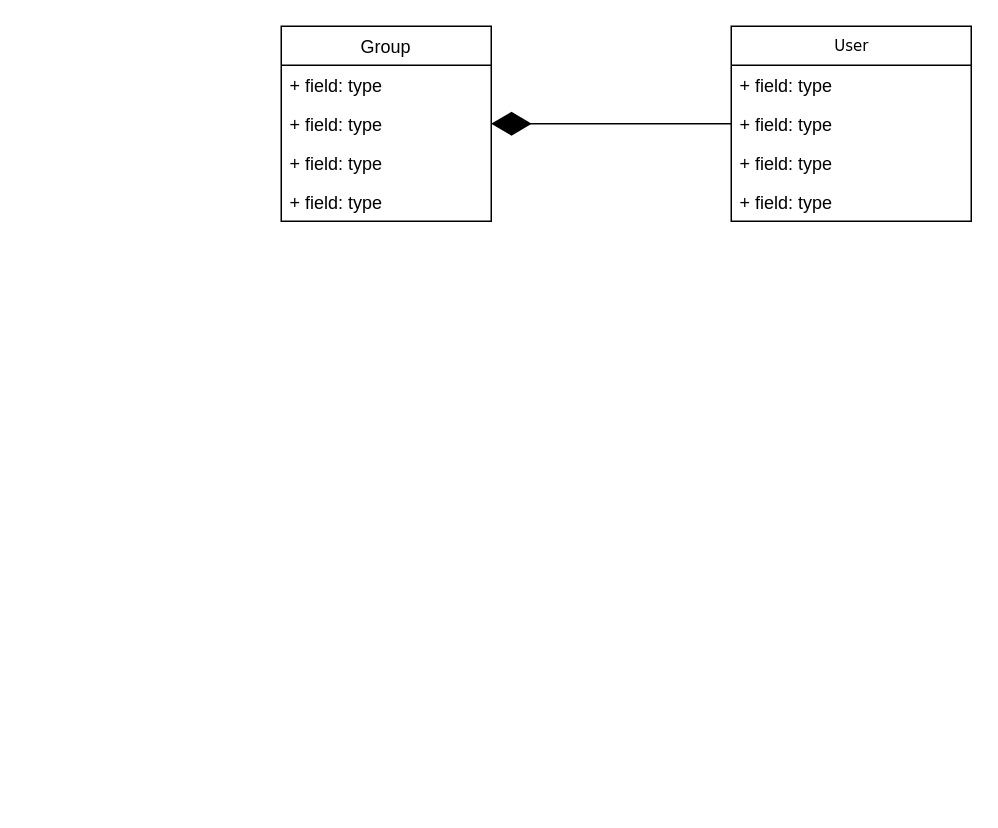
Before: main.drawio in HostYourMusic/documentation, a draw.io diagram. Source tidied: cells renumbered, new cells numbered last; positions are measured from the earlier drawing's top-left corner, leaving out a move shared by most shapes. Both pictures are drawn from the tidied source at 150%, with x=0, y=0 at pixel (280, 26).
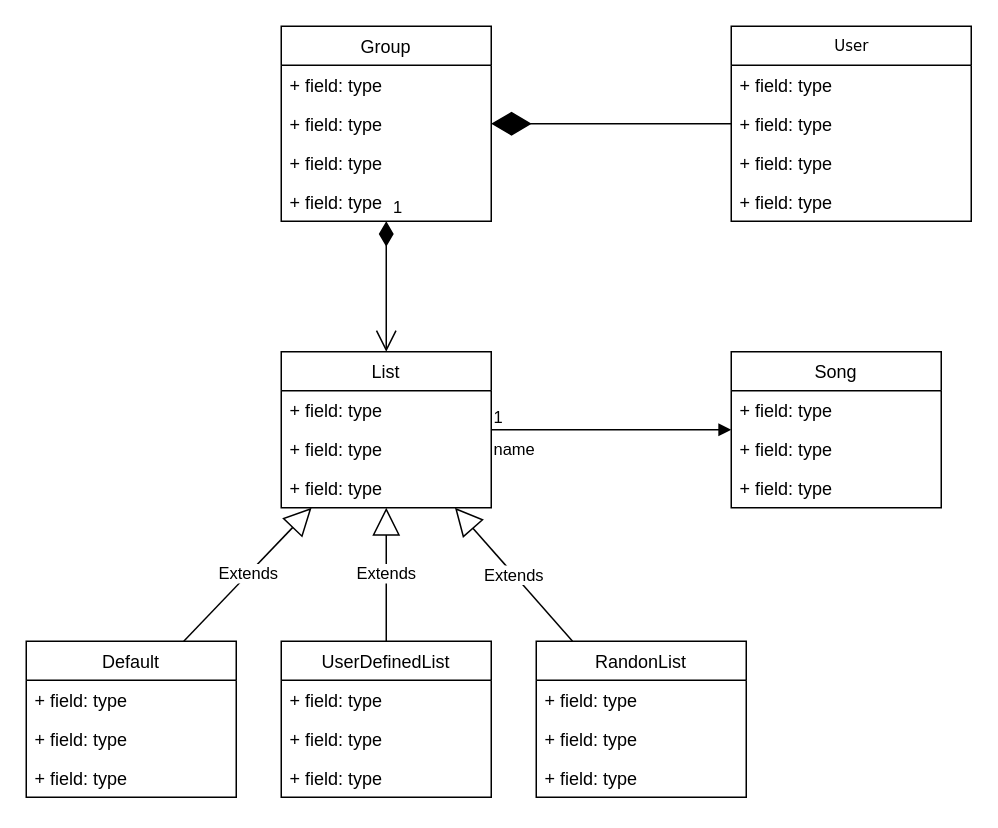
The same diagram, later.

Unchanged cells that the change refers to:
```xml
<mxCell id="2" value="Group" style="swimlane;fontStyle=0;horizontal=1;startSize=26;fillColor=none;" parent="1" vertex="1">
  <mxGeometry width="140" height="130" as="geometry" />
</mxCell>
<mxCell id="6" value="+ field: type" style="text;strokeColor=none;fillColor=none;align=left;verticalAlign=top;spacingLeft=4;spacingRight=4;overflow=hidden;points=[[0,0.5],[1,0.5]];portConstraint=eastwest;" parent="2" vertex="1">
  <mxGeometry y="104" width="140" height="26" as="geometry" />
</mxCell>
<mxCell id="7" value="User" style="swimlane;html=1;fontStyle=0;horizontal=1;startSize=26;fillColor=none;swimlaneFillColor=#ffffff;rounded=0;shadow=0;comic=0;labelBackgroundColor=none;strokeWidth=1;fontFamily=Verdana;fontSize=10;align=center;" parent="1" vertex="1">
  <mxGeometry x="300" width="160" height="130" as="geometry" />
</mxCell>
```

The edit, as a diff of the source:
```diff
@@
+    <mxCell id="12" style="endArrow=diamondThin;endFill=1;endSize=24;html=1;" parent="1" edge="1" source="7" target="2">
+      <mxGeometry relative="1" as="geometry" />
+    </mxCell>
+    <mxCell id="13" value="1" style="endArrow=open;html=1;endSize=12;startArrow=diamondThin;startSize=14;startFill=1;edgeStyle=orthogonalEdgeStyle;align=left;verticalAlign=bottom;" parent="1" edge="1" source="6" target="17">
+      <mxGeometry x="-1" y="3" relative="1" as="geometry">
+        <Array as="points">
+          <mxPoint x="70" y="174" />
+          <mxPoint x="70" y="174" />
+        </Array>
+      </mxGeometry>
+    </mxCell>
+    <mxCell id="14" value="name" style="endArrow=block;endFill=1;html=1;edgeStyle=orthogonalEdgeStyle;align=left;verticalAlign=top;" parent="1" edge="1" source="17" target="21">
+      <mxGeometry x="-1" relative="1" as="geometry" />
+    </mxCell>
+    <mxCell id="15" value="1" style="edgeLabel;html=1;align=left;verticalAlign=bottom;" parent="14" vertex="1">
+      <mxGeometry x="-1" relative="1" as="geometry" />
+    </mxCell>
+    <mxCell id="16" value="Extends" style="endArrow=block;endSize=16;endFill=0;html=1;exitX=0.75;exitY=0;exitDx=0;exitDy=0;" parent="1" edge="1" source="25" target="17">
+      <mxGeometry relative="1" as="geometry" />
+    </mxCell>
@@
-    <mxCell id="12" style="endArrow=diamondThin;endFill=1;endSize=24;html=1;" parent="1" edge="1" source="7" target="2">
-      <mxGeometry relative="1" as="geometry" />
-    </mxCell>
+    <mxCell id="17" value="List" style="swimlane;fontStyle=0;horizontal=1;startSize=26;fillColor=none;" parent="1" vertex="1">
+      <mxGeometry y="217" width="140" height="104" as="geometry" />
+    </mxCell>
+    <mxCell id="18" value="+ field: type" style="text;strokeColor=none;fillColor=none;align=left;verticalAlign=top;spacingLeft=4;spacingRight=4;overflow=hidden;" parent="17" vertex="1">
+      <mxGeometry y="26" width="140" height="26" as="geometry" />
+    </mxCell>
+    <mxCell id="19" value="+ field: type" style="text;strokeColor=none;fillColor=none;align=left;verticalAlign=top;spacingLeft=4;spacingRight=4;overflow=hidden;" parent="17" vertex="1">
+      <mxGeometry y="52" width="140" height="26" as="geometry" />
+    </mxCell>
+    <mxCell id="20" value="+ field: type" style="text;strokeColor=none;fillColor=none;align=left;verticalAlign=top;spacingLeft=4;spacingRight=4;overflow=hidden;" parent="17" vertex="1">
+      <mxGeometry y="78" width="140" height="26" as="geometry" />
+    </mxCell>
+    <mxCell id="21" value="Song" style="swimlane;fontStyle=0;horizontal=1;startSize=26;fillColor=none;" parent="1" vertex="1">
+      <mxGeometry x="300" y="217" width="140" height="104" as="geometry" />
+    </mxCell>
+    <mxCell id="22" value="+ field: type" style="text;strokeColor=none;fillColor=none;align=left;verticalAlign=top;spacingLeft=4;spacingRight=4;overflow=hidden;" parent="21" vertex="1">
+      <mxGeometry y="26" width="140" height="26" as="geometry" />
+    </mxCell>
+    <mxCell id="23" value="+ field: type" style="text;strokeColor=none;fillColor=none;align=left;verticalAlign=top;spacingLeft=4;spacingRight=4;overflow=hidden;" parent="21" vertex="1">
+      <mxGeometry y="52" width="140" height="26" as="geometry" />
+    </mxCell>
+    <mxCell id="24" value="+ field: type" style="text;strokeColor=none;fillColor=none;align=left;verticalAlign=top;spacingLeft=4;spacingRight=4;overflow=hidden;" parent="21" vertex="1">
+      <mxGeometry y="78" width="140" height="26" as="geometry" />
+    </mxCell>
+    <mxCell id="25" value="Default" style="swimlane;fontStyle=0;horizontal=1;startSize=26;fillColor=none;" parent="1" vertex="1">
+      <mxGeometry x="-170" y="410" width="140" height="104" as="geometry" />
+    </mxCell>
+    <mxCell id="26" value="+ field: type" style="text;strokeColor=none;fillColor=none;align=left;verticalAlign=top;spacingLeft=4;spacingRight=4;overflow=hidden;" parent="25" vertex="1">
+      <mxGeometry y="26" width="140" height="26" as="geometry" />
+    </mxCell>
+    <mxCell id="27" value="+ field: type" style="text;strokeColor=none;fillColor=none;align=left;verticalAlign=top;spacingLeft=4;spacingRight=4;overflow=hidden;" parent="25" vertex="1">
+      <mxGeometry y="52" width="140" height="26" as="geometry" />
+    </mxCell>
+    <mxCell id="28" value="+ field: type" style="text;strokeColor=none;fillColor=none;align=left;verticalAlign=top;spacingLeft=4;spacingRight=4;overflow=hidden;" parent="25" vertex="1">
+      <mxGeometry y="78" width="140" height="26" as="geometry" />
+    </mxCell>
+    <mxCell id="29" value="UserDefinedList" style="swimlane;fontStyle=0;horizontal=1;startSize=26;fillColor=none;" parent="1" vertex="1">
+      <mxGeometry y="410" width="140" height="104" as="geometry" />
+    </mxCell>
+    <mxCell id="30" value="+ field: type" style="text;strokeColor=none;fillColor=none;align=left;verticalAlign=top;spacingLeft=4;spacingRight=4;overflow=hidden;" parent="29" vertex="1">
+      <mxGeometry y="26" width="140" height="26" as="geometry" />
+    </mxCell>
+    <mxCell id="31" value="+ field: type" style="text;strokeColor=none;fillColor=none;align=left;verticalAlign=top;spacingLeft=4;spacingRight=4;overflow=hidden;" parent="29" vertex="1">
+      <mxGeometry y="52" width="140" height="26" as="geometry" />
+    </mxCell>
+    <mxCell id="32" value="+ field: type" style="text;strokeColor=none;fillColor=none;align=left;verticalAlign=top;spacingLeft=4;spacingRight=4;overflow=hidden;" parent="29" vertex="1">
+      <mxGeometry y="78" width="140" height="26" as="geometry" />
+    </mxCell>
+    <mxCell id="33" value="RandonList" style="swimlane;fontStyle=0;horizontal=1;startSize=26;fillColor=none;" parent="1" vertex="1">
+      <mxGeometry x="170" y="410" width="140" height="104" as="geometry" />
+    </mxCell>
+    <mxCell id="34" value="+ field: type" style="text;strokeColor=none;fillColor=none;align=left;verticalAlign=top;spacingLeft=4;spacingRight=4;overflow=hidden;" parent="33" vertex="1">
+      <mxGeometry y="26" width="140" height="26" as="geometry" />
+    </mxCell>
+    <mxCell id="35" value="+ field: type" style="text;strokeColor=none;fillColor=none;align=left;verticalAlign=top;spacingLeft=4;spacingRight=4;overflow=hidden;" parent="33" vertex="1">
+      <mxGeometry y="52" width="140" height="26" as="geometry" />
+    </mxCell>
+    <mxCell id="36" value="+ field: type" style="text;strokeColor=none;fillColor=none;align=left;verticalAlign=top;spacingLeft=4;spacingRight=4;overflow=hidden;" parent="33" vertex="1">
+      <mxGeometry y="78" width="140" height="26" as="geometry" />
+    </mxCell>
+    <mxCell id="37" value="Extends" style="endArrow=block;endSize=16;endFill=0;html=1;" parent="1" edge="1" source="29" target="17">
+      <mxGeometry relative="1" as="geometry" />
+    </mxCell>
+    <mxCell id="38" value="Extends" style="endArrow=block;endSize=16;endFill=0;html=1;" parent="1" edge="1" source="33" target="17">
+      <mxGeometry relative="1" as="geometry" />
+    </mxCell>
```
